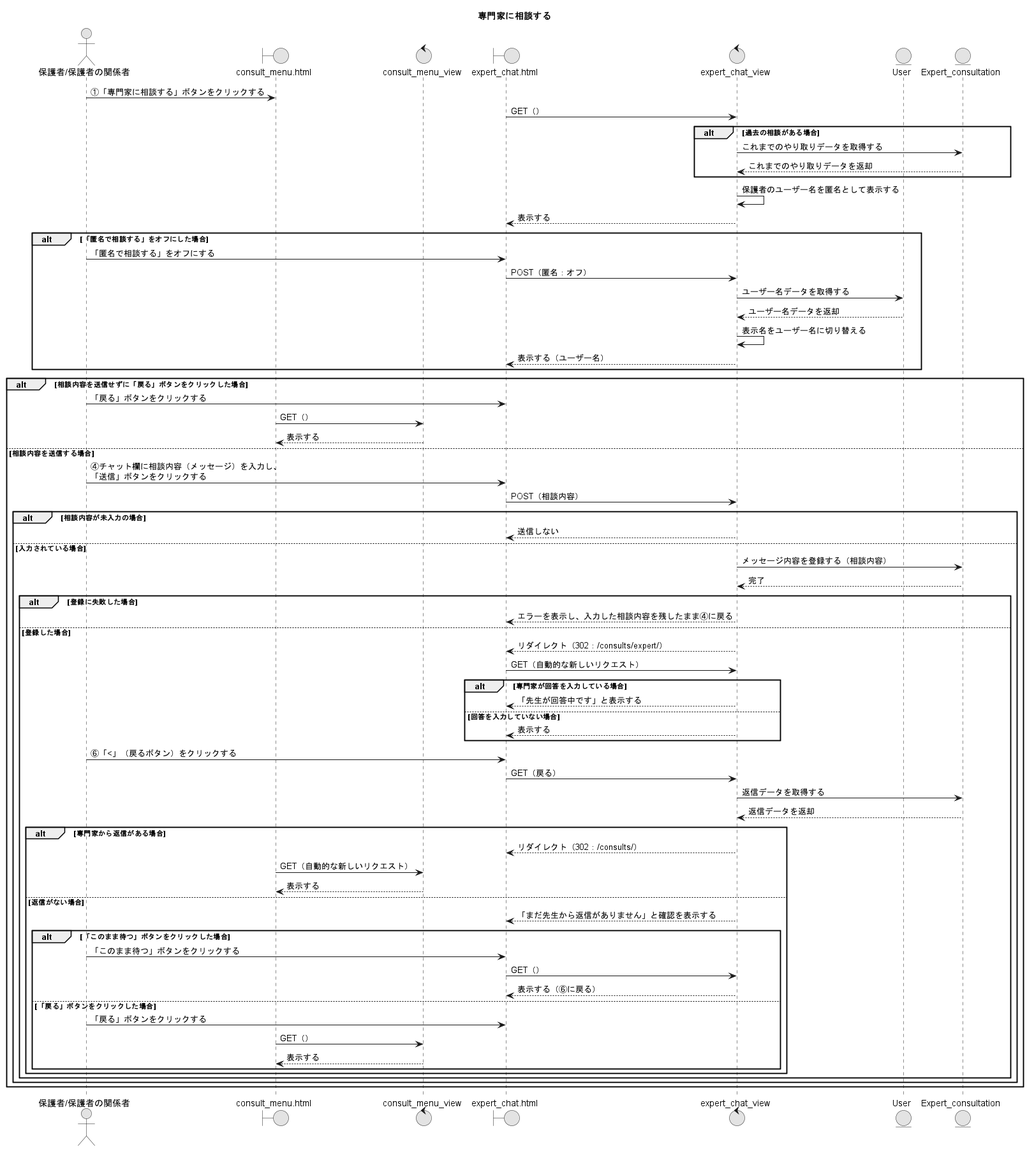
This is PNG/10_専門家に相談する.png from Ma2naga190330/26_sotugyou_puml, a PlantUML export, as it was before one commit.
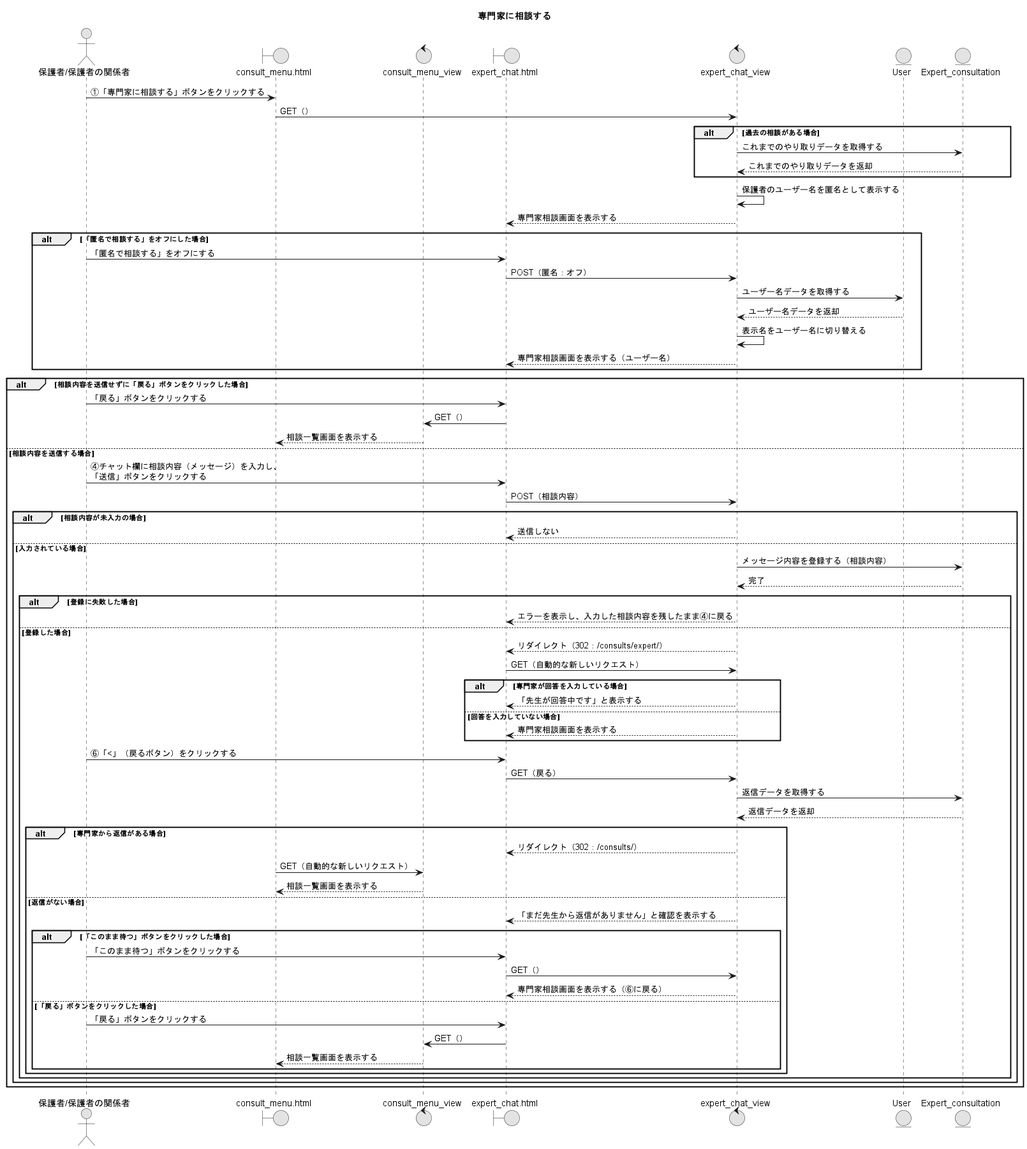
The same diagram one commit later.

Change to the diagram source:
```diff
@@ -12,13 +12,13 @@
 entity "Expert_consultation" as ECSM
 
 A -> CMP : ①「専門家に相談する」ボタンをクリックする
-ECP -> ECV : GET（）
+CMP -> ECV : GET（）
 alt 過去の相談がある場合
   ECV -> ECSM : これまでのやり取りデータを取得する
   ECV <-- ECSM : これまでのやり取りデータを返却
 end
 ECV -> ECV : 保護者のユーザー名を匿名として表示する
-ECV --> ECP : 表示する
+ECV --> ECP : 専門家相談画面を表示する
 
 alt 「匿名で相談する」をオフにした場合
   A -> ECP : 「匿名で相談する」をオフにする
@@ -26,13 +26,13 @@
   ECV -> UM : ユーザー名データを取得する
   ECV <-- UM : ユーザー名データを返却
   ECV -> ECV : 表示名をユーザー名に切り替える
-  ECV --> ECP : 表示する（ユーザー名）
+  ECV --> ECP : 専門家相談画面を表示する（ユーザー名）
 end
 
 alt 相談内容を送信せずに「戻る」ボタンをクリックした場合
   A -> ECP : 「戻る」ボタンをクリックする
-  CMP -> CMV : GET（）
-  CMV --> CMP : 表示する
+  ECP -> CMV : GET（）
+  CMV --> CMP : 相談一覧画面を表示する
 else 相談内容を送信する場合
   A -> ECP : ④チャット欄に相談内容（メッセージ）を入力し、\n「送信」ボタンをクリックする
   ECP -> ECV : POST（相談内容）
@@ -49,7 +49,7 @@
       alt 専門家が回答を入力している場合
         ECV --> ECP : 「先生が回答中です」と表示する
       else 回答を入力していない場合
-        ECV --> ECP : 表示する
+        ECV --> ECP : 専門家相談画面を表示する
       end
 
       A -> ECP : ⑥「<」（戻るボタン）をクリックする
@@ -59,17 +59,17 @@
       alt 専門家から返信がある場合
         ECV --> ECP : リダイレクト（302：/consults/）
         CMP -> CMV : GET（自動的な新しいリクエスト）
-        CMV --> CMP : 表示する
+        CMV --> CMP : 相談一覧画面を表示する
       else 返信がない場合
         ECV --> ECP : 「まだ先生から返信がありません」と確認を表示する
         alt 「このまま待つ」ボタンをクリックした場合
           A -> ECP : 「このまま待つ」ボタンをクリックする
           ECP -> ECV : GET（）
-          ECV --> ECP : 表示する（⑥に戻る）
+          ECV --> ECP : 専門家相談画面を表示する（⑥に戻る）
         else 「戻る」ボタンをクリックした場合
           A -> ECP : 「戻る」ボタンをクリックする
-          CMP -> CMV : GET（）
-          CMV --> CMP : 表示する
+          ECP -> CMV : GET（）
+          CMV --> CMP : 相談一覧画面を表示する
         end
       end
     end
```
